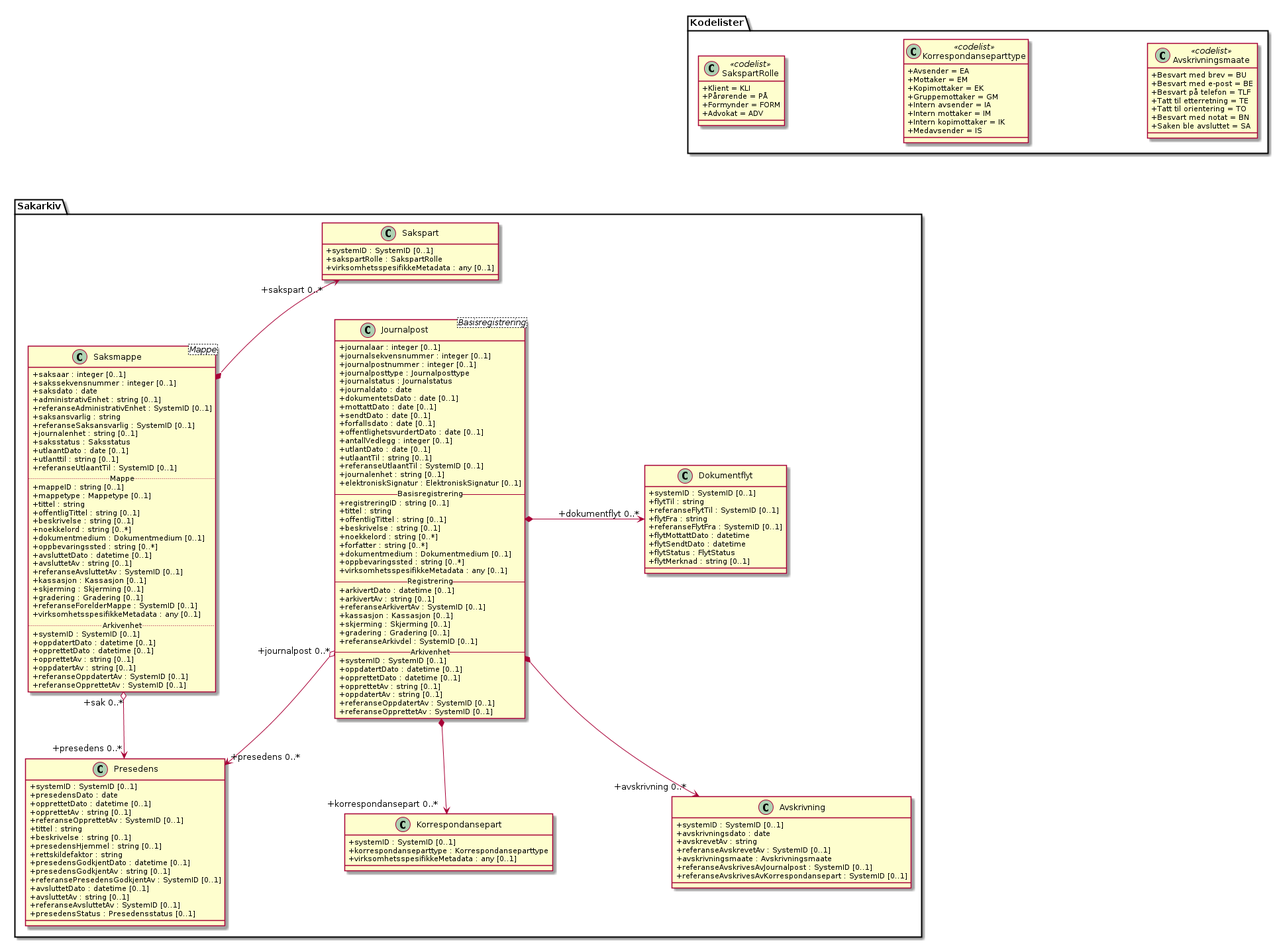
arkivverket/noark5-tjenestegrensesnitt-standard keeps this PlantUML diagram as kapitler/media/uml-klasse-saksbehandling.png. Above is the earlier version.
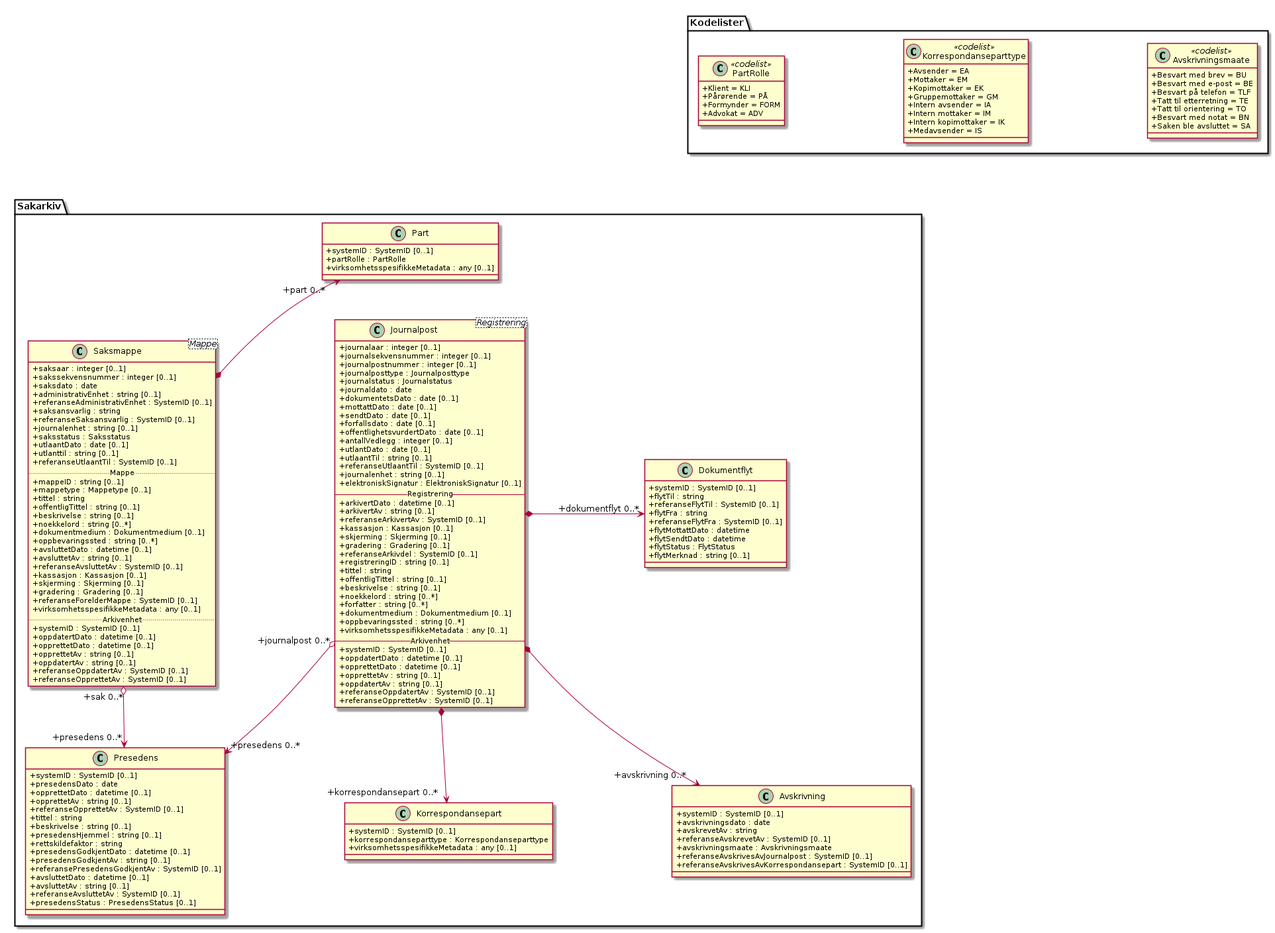
Later version of the same file.

The edit, as a diff of the source:
```diff
@@ -59,20 +59,20 @@
   +avsluttetDato : datetime [0..1]
   +avsluttetAv : string [0..1]
   +referanseAvsluttetAv : SystemID [0..1]
-  +presedensStatus : Presedensstatus [0..1]
+  +presedensStatus : PresedensStatus [0..1]
 }
-class Sakarkiv.Sakspart {
+class Sakarkiv.Part {
   +systemID : SystemID [0..1]
-  +sakspartRolle : SakspartRolle
+  +partRolle : PartRolle
   +virksomhetsspesifikkeMetadata : any [0..1]
 }
-class Kodelister.SakspartRolle <<codelist>> {
+class Kodelister.PartRolle <<codelist>> {
   +Klient = KLI
   +Pårørende = PÅ
   +Formynder = FORM
   +Advokat = ADV
 }
-class Sakarkiv.Journalpost <Basisregistrering> {
+class Sakarkiv.Journalpost <Registrering> {
   +journalaar : integer [0..1]
   +journalsekvensnummer : integer [0..1]
   +journalpostnummer : integer [0..1]
@@ -91,7 +91,14 @@
   +journalenhet : string [0..1]
   +elektroniskSignatur : ElektroniskSignatur [0..1]
 
-  -- Basisregistrering --
+  -- Registrering --
+  +arkivertDato : datetime [0..1]
+  +arkivertAv : string [0..1]
+  +referanseArkivertAv : SystemID [0..1]
+  +kassasjon : Kassasjon [0..1]
+  +skjerming : Skjerming [0..1]
+  +gradering : Gradering [0..1]
+  +referanseArkivdel : SystemID [0..1]
   +registreringID : string [0..1]
   +tittel : string
   +offentligTittel : string [0..1]
@@ -101,15 +108,6 @@
   +dokumentmedium : Dokumentmedium [0..1]
   +oppbevaringssted : string [0..*]
   +virksomhetsspesifikkeMetadata : any [0..1]
-
-  -- Registrering --
-  +arkivertDato : datetime [0..1]
-  +arkivertAv : string [0..1]
-  +referanseArkivertAv : SystemID [0..1]
-  +kassasjon : Kassasjon [0..1]
-  +skjerming : Skjerming [0..1]
-  +gradering : Gradering [0..1]
-  +referanseArkivdel : SystemID [0..1]
 
   -- Arkivenhet --
   +systemID : SystemID [0..1]
@@ -165,8 +163,8 @@
   +flytMerknad : string [0..1]
 }
 
-Sakarkiv.Sakspart "+sakspart 0..*" <--* Sakarkiv.Saksmappe
-Kodelister.SakspartRolle <-[hidden]--  Sakarkiv.Sakspart
+Sakarkiv.Part "+part 0..*" <--* Sakarkiv.Saksmappe
+Kodelister.PartRolle <-[hidden]--  Sakarkiv.Part
 Sakarkiv.Saksmappe "+sak 0..*" o--> "+presedens 0..*" Sakarkiv.Presedens
 Sakarkiv.Journalpost "+journalpost 0..*" o--> "+presedens 0..*" Sakarkiv.Presedens
 Sakarkiv.Journalpost *--> "+korrespondansepart 0..*" Sakarkiv.Korrespondansepart
```
